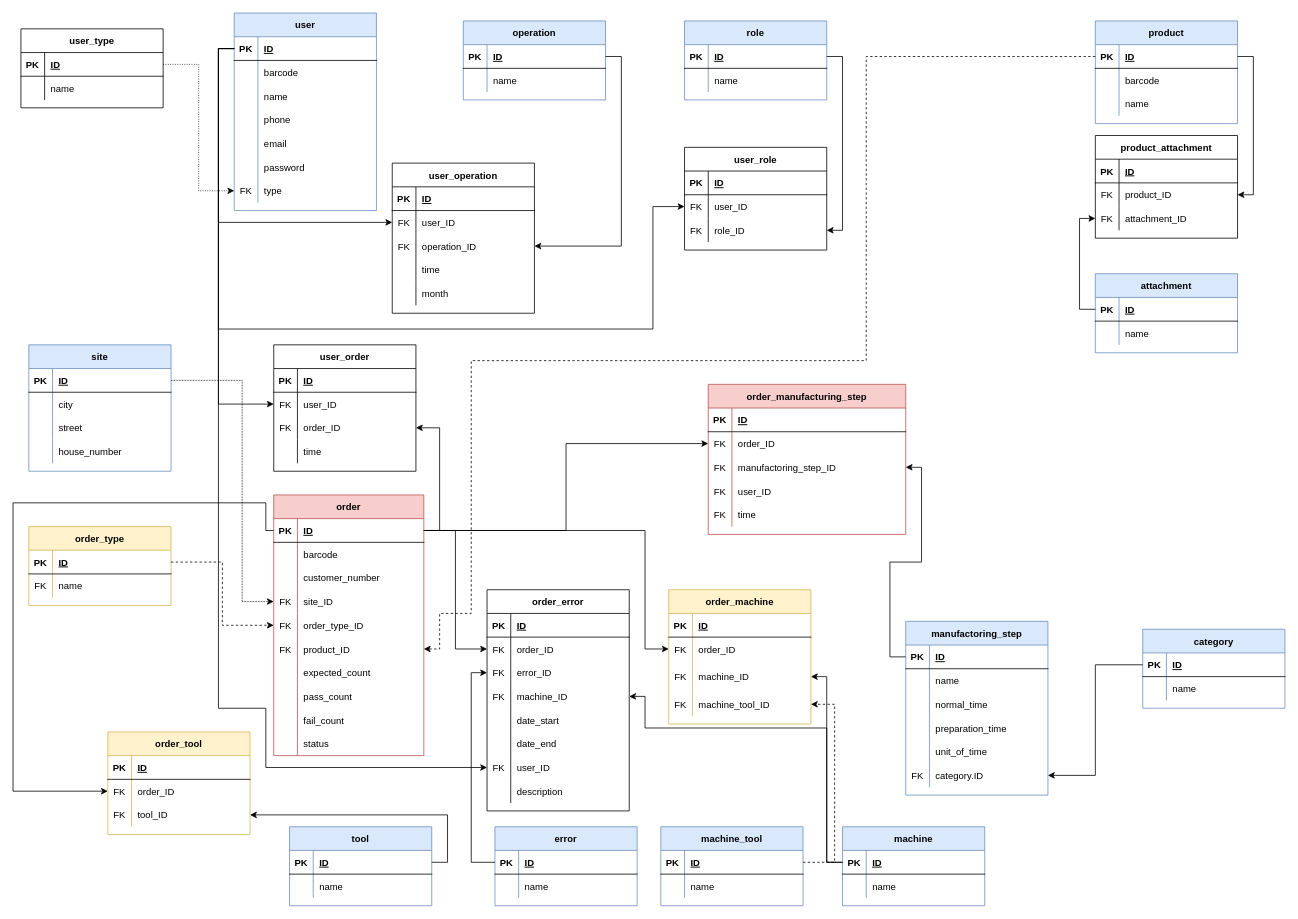
KerteszZoltan/mesterminal keeps this draw.io diagram as DOC/diagrams/database_plan_2_0_0.drawio. Above is the earlier version. Source tidied: cells renumbered, new cells numbered last; positions are measured from the earlier drawing's top-left corner, leaving out a move shared by most shapes. Both pictures are drawn from the tidied source at 79%, with x=0, y=0 at pixel (13, 13).
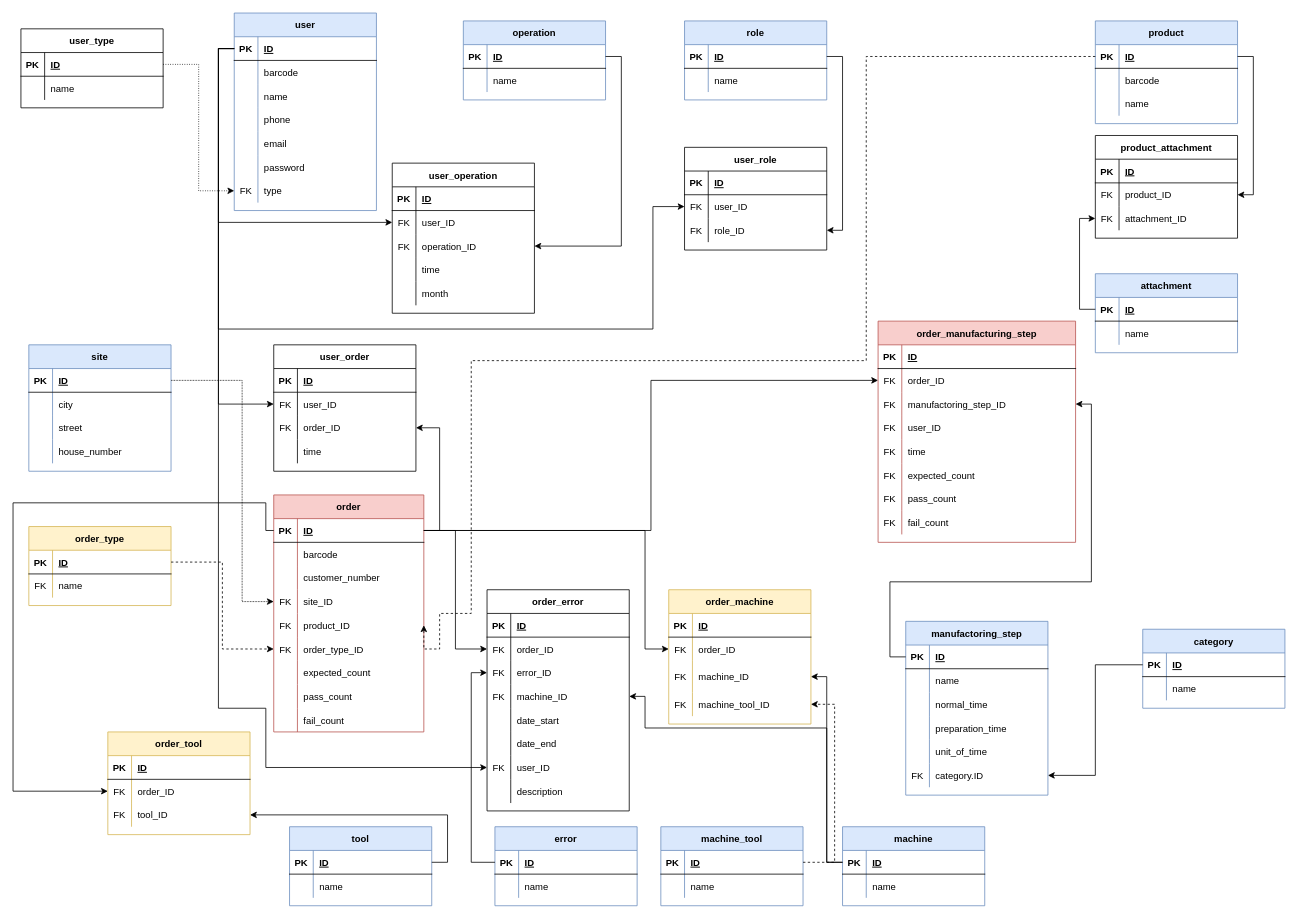
Above is the later version.

Commit message:
order_manufacture_step expected/pass/fail_count add

Unchanged cells that the change refers to:
```xml
<mxCell id="239" style="shape=partialRectangle;fillColor=none;top=0;left=0;bottom=1;right=0;points=[[0,0.5],[1,0.5]];portConstraint=eastwest;" parent="238" vertex="1">
  <mxGeometry y="30" width="180" height="30" as="geometry" />
</mxCell>
<mxCell id="272" style="shape=partialRectangle;fillColor=none;top=0;left=0;bottom=0;right=0;points=[[0,0.5],[1,0.5]];portConstraint=eastwest;" parent="265" vertex="1">
  <mxGeometry y="90" width="250" height="30" as="geometry" />
</mxCell>
```

What changed in the source:
```diff
@@
     <mxCell id="68" value="order" style="shape=table;startSize=30;childLayout=tableLayout;rowLines=0;fontStyle=1;align=center;fillColor=#f8cecc;strokeColor=#b85450;" parent="1" vertex="1">
-      <mxGeometry x="330" y="610" width="190" height="330" as="geometry" />
+      <mxGeometry x="330" y="610" width="190" height="300" as="geometry" />
     </mxCell>
@@
+    <mxCell id="84" style="shape=partialRectangle;fillColor=none;top=0;left=0;bottom=0;right=0;points=[[0,0.5],[1,0.5]];portConstraint=eastwest;" parent="68" vertex="1">
+      <mxGeometry y="150" width="190" height="30" as="geometry" />
+    </mxCell>
+    <mxCell id="85" value="FK" style="shape=partialRectangle;fillColor=none;top=0;left=0;bottom=0;right=0;overflow=hidden;" parent="84" vertex="1">
+      <mxGeometry width="30" height="30" as="geometry" />
+    </mxCell>
+    <mxCell id="86" value="product_ID" style="shape=partialRectangle;fillColor=none;top=0;left=0;bottom=0;right=0;align=left;spacingLeft=6;overflow=hidden;" parent="84" vertex="1">
+      <mxGeometry x="30" width="160" height="30" as="geometry" />
+    </mxCell>
     <mxCell id="81" style="shape=partialRectangle;fillColor=none;top=0;left=0;bottom=0;right=0;points=[[0,0.5],[1,0.5]];portConstraint=eastwest;" parent="68" vertex="1">
-      <mxGeometry y="150" width="190" height="30" as="geometry" />
+      <mxGeometry y="180" width="190" height="30" as="geometry" />
     </mxCell>
@@
-    <mxCell id="84" style="shape=partialRectangle;fillColor=none;top=0;left=0;bottom=0;right=0;points=[[0,0.5],[1,0.5]];portConstraint=eastwest;" parent="68" vertex="1">
-      <mxGeometry y="180" width="190" height="30" as="geometry" />
-    </mxCell>
-    <mxCell id="85" value="FK" style="shape=partialRectangle;fillColor=none;top=0;left=0;bottom=0;right=0;overflow=hidden;" parent="84" vertex="1">
-      <mxGeometry width="30" height="30" as="geometry" />
-    </mxCell>
-    <mxCell id="86" value="product_ID" style="shape=partialRectangle;fillColor=none;top=0;left=0;bottom=0;right=0;align=left;spacingLeft=6;overflow=hidden;" parent="84" vertex="1">
-      <mxGeometry x="30" width="160" height="30" as="geometry" />
-    </mxCell>
@@
-    <mxCell id="96" style="shape=partialRectangle;fillColor=none;top=0;left=0;bottom=0;right=0;" parent="68" vertex="1">
-      <mxGeometry y="300" width="190" height="30" as="geometry" />
-    </mxCell>
-    <mxCell id="97" style="shape=partialRectangle;fillColor=none;top=0;left=0;bottom=0;right=0;overflow=hidden;" parent="96" vertex="1">
-      <mxGeometry width="30" height="30" as="geometry" />
-    </mxCell>
-    <mxCell id="98" value="status" style="shape=partialRectangle;fillColor=none;top=0;left=0;bottom=0;right=0;align=left;spacingLeft=6;overflow=hidden;" parent="96" vertex="1">
-      <mxGeometry x="30" width="160" height="30" as="geometry" />
-    </mxCell>
@@
     <mxCell id="265" value="order_manufacturing_step" style="shape=table;startSize=30;childLayout=tableLayout;rowLines=0;fontStyle=1;align=center;fillColor=#f8cecc;strokeColor=#b85450;" parent="1" vertex="1">
-      <mxGeometry x="880" y="470" width="250" height="190" as="geometry" />
+      <mxGeometry x="1095" y="390" width="250" height="280" as="geometry" />
     </mxCell>
@@
+    <mxCell id="304" style="shape=partialRectangle;fillColor=none;top=0;left=0;bottom=0;right=0;" parent="265" vertex="1">
+      <mxGeometry y="180" width="250" height="30" as="geometry" />
+    </mxCell>
+    <mxCell id="305" value="FK" style="shape=partialRectangle;fillColor=none;top=0;left=0;bottom=0;right=0;overflow=hidden;" parent="304" vertex="1">
+      <mxGeometry width="30" height="30" as="geometry" />
+    </mxCell>
+    <mxCell id="306" value="expected_count" style="shape=partialRectangle;fillColor=none;top=0;left=0;bottom=0;right=0;align=left;spacingLeft=6;overflow=hidden;" parent="304" vertex="1">
+      <mxGeometry x="30" width="220" height="30" as="geometry" />
+    </mxCell>
+    <mxCell id="307" style="shape=partialRectangle;fillColor=none;top=0;left=0;bottom=0;right=0;" parent="265" vertex="1">
+      <mxGeometry y="210" width="250" height="30" as="geometry" />
+    </mxCell>
+    <mxCell id="308" value="FK" style="shape=partialRectangle;fillColor=none;top=0;left=0;bottom=0;right=0;overflow=hidden;" parent="307" vertex="1">
+      <mxGeometry width="30" height="30" as="geometry" />
+    </mxCell>
+    <mxCell id="309" value="pass_count" style="shape=partialRectangle;fillColor=none;top=0;left=0;bottom=0;right=0;align=left;spacingLeft=6;overflow=hidden;" parent="307" vertex="1">
+      <mxGeometry x="30" width="220" height="30" as="geometry" />
+    </mxCell>
+    <mxCell id="310" style="shape=partialRectangle;fillColor=none;top=0;left=0;bottom=0;right=0;" parent="265" vertex="1">
+      <mxGeometry y="240" width="250" height="30" as="geometry" />
+    </mxCell>
+    <mxCell id="311" value="FK" style="shape=partialRectangle;fillColor=none;top=0;left=0;bottom=0;right=0;overflow=hidden;" parent="310" vertex="1">
+      <mxGeometry width="30" height="30" as="geometry" />
+    </mxCell>
+    <mxCell id="312" value="fail_count" style="shape=partialRectangle;fillColor=none;top=0;left=0;bottom=0;right=0;align=left;spacingLeft=6;overflow=hidden;" parent="310" vertex="1">
+      <mxGeometry x="30" width="220" height="30" as="geometry" />
+    </mxCell>
@@
     <mxCell id="282" style="edgeStyle=orthogonalEdgeStyle;rounded=0;jettySize=auto;html=1;exitX=0;exitY=0.5;exitDx=0;exitDy=0;entryX=1;entryY=0.5;entryDx=0;entryDy=0;" parent="1" edge="1" source="239" target="272">
-      <mxGeometry relative="1" as="geometry" />
+      <mxGeometry relative="1" as="geometry">
+        <Array as="points">
+          <mxPoint x="1110" y="815" />
+          <mxPoint x="1110" y="720" />
+          <mxPoint x="1365" y="720" />
+          <mxPoint x="1365" y="495" />
+        </Array>
+      </mxGeometry>
     </mxCell>
```
